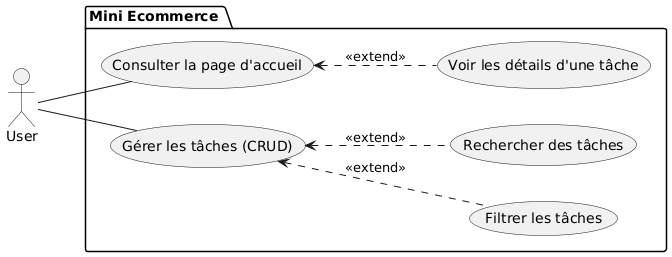
Before: images/usecase.png, a diagram exported from PlantUML (BenTaleb-Mehdi/Projet-technique-).
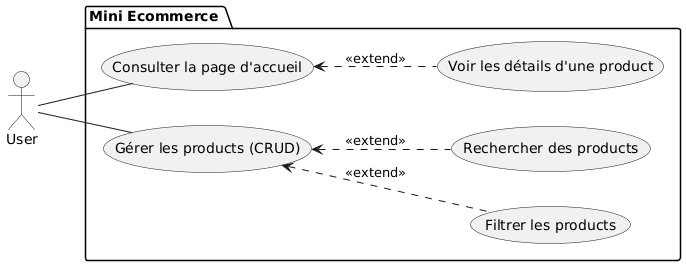
Later version of the same file.

The edit, as a diff of the source:
```diff
@@ -5,11 +5,11 @@
 
 package "Mini Ecommerce " {
     usecase "Consulter la page d'accueil" as UC_Accueil
-    usecase "Voir les détails d'une tâche" as UC_Details
+    usecase "Voir les détails d'une product" as UC_Details
 
-    usecase "Gérer les tâches (CRUD)" as UC_CRUD
-    usecase "Filtrer les tâches" as UC_Filtrer
-    usecase "Rechercher des tâches" as UC_Rechercher
+    usecase "Gérer les products (CRUD)" as UC_CRUD
+    usecase "Filtrer les products" as UC_Filtrer
+    usecase "Rechercher des products" as UC_Rechercher
 }
 
 User -- UC_Accueil
```
